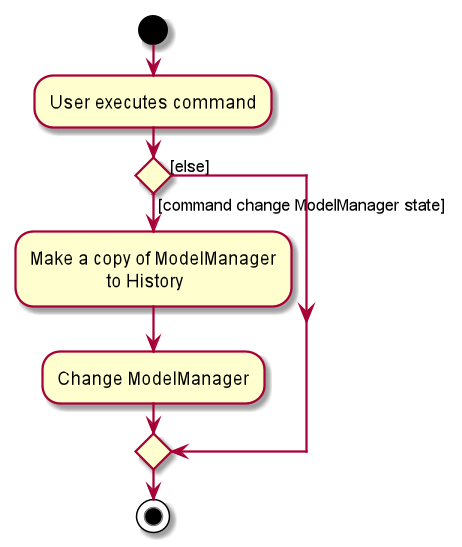
The PlantUML diagram docs/images/AddToHistoryActivityDiagram.png in nus-cs2103-AY2021S1/tp, before a commit. Its diagram source:
```plantuml
@startuml
start
:User executes command;


if () then ([command change ModelManager state])
    :Make a copy of ModelManager
                     to History;
    :Change ModelManager;
else ([else])
endif
stop
@enduml
```
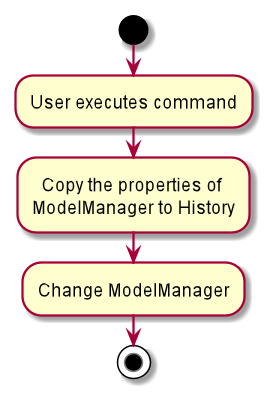
After the change.

Change to the diagram source:
```diff
@@ -3,11 +3,8 @@
 :User executes command;
 
 
-if () then ([command change ModelManager state])
-    :Make a copy of ModelManager
-                     to History;
-    :Change ModelManager;
-else ([else])
-endif
+:  Copy the properties of
+ModelManager to History;
+:Change ModelManager;
 stop
 @enduml
```
